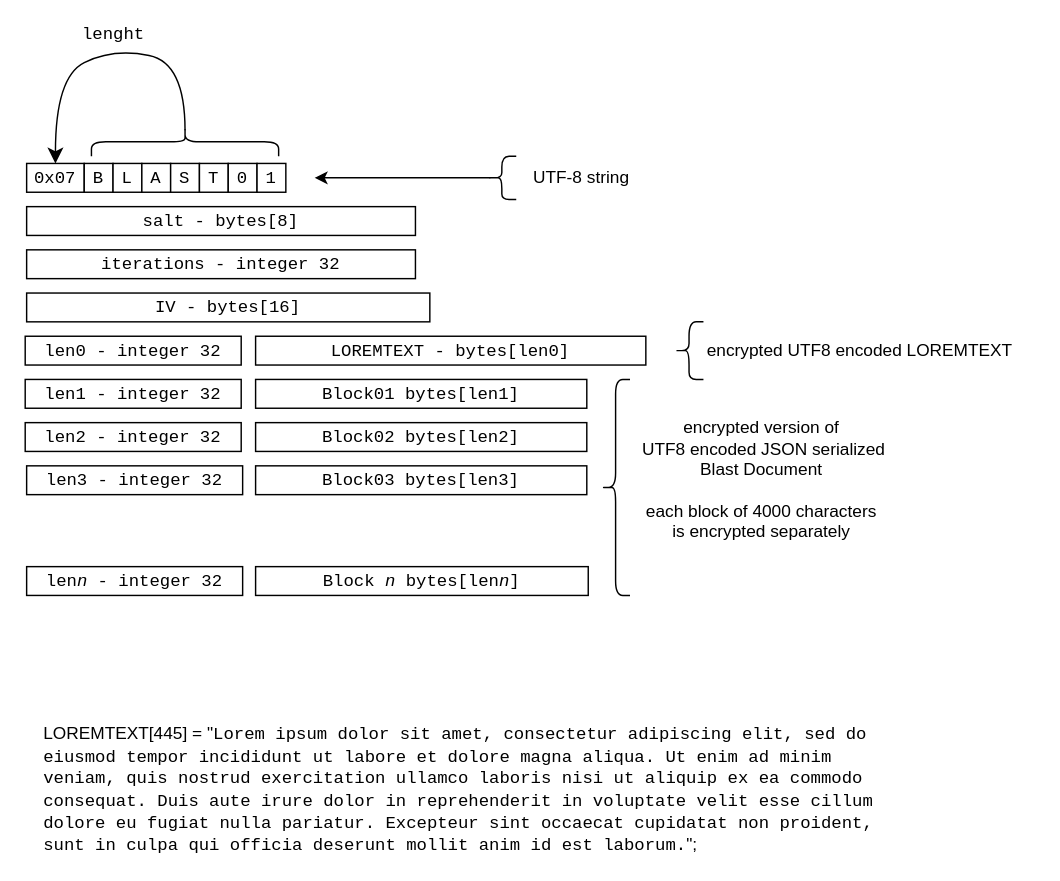
Earlier version of the draw.io diagram docs/blast-file-format.drawio (nicolgit/blast). Source tidied: cells renumbered, new cells numbered last; positions are measured from the earlier drawing's top-left corner, leaving out a move shared by most shapes. Both pictures are drawn from the tidied source at 144%, with x=0, y=0 at pixel (24, 48).
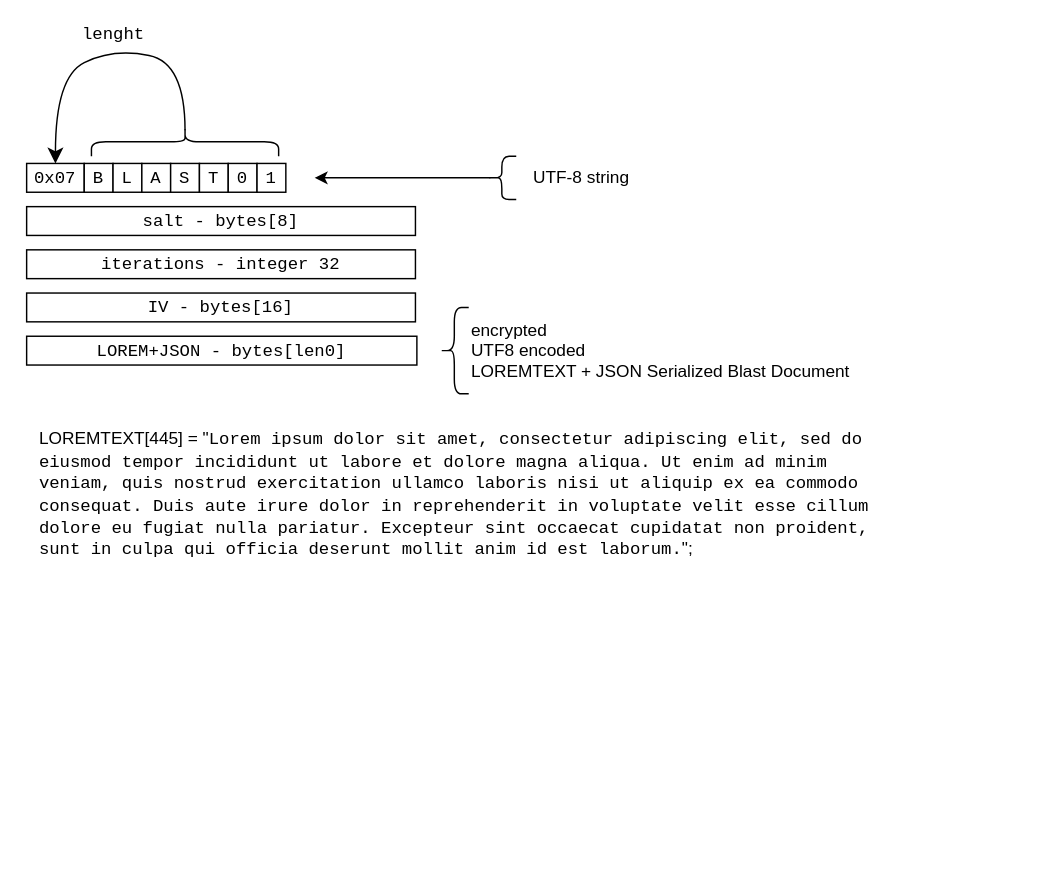
The same diagram, later.

Commit message (it also covers changes not shown here):
encode/decode blast file ok

Change to the diagram source:
```diff
@@
     <mxCell id="5" value="&lt;font face=&quot;Courier New&quot;&gt;IV - bytes[16]&lt;/font&gt;" style="rounded=0;whiteSpace=wrap;html=1;" parent="1" vertex="1">
-      <mxGeometry x="1" y="170" width="280" height="20" as="geometry" />
+      <mxGeometry x="1" y="170" width="270" height="20" as="geometry" />
     </mxCell>
-    <mxCell id="6" value="&lt;font face=&quot;Courier New&quot;&gt;LOREMTEXT - bytes[len0]&lt;/font&gt;" style="rounded=0;whiteSpace=wrap;html=1;align=center;" parent="1" vertex="1">
-      <mxGeometry x="160" y="200" width="271" height="20" as="geometry" />
+    <mxCell id="6" value="&lt;font face=&quot;Courier New&quot;&gt;LOREM+JSON - bytes[len0]&lt;/font&gt;" style="rounded=0;whiteSpace=wrap;html=1;align=center;" parent="1" vertex="1">
+      <mxGeometry x="1" y="200" width="271" height="20" as="geometry" />
     </mxCell>
-    <mxCell id="7" value="&lt;br&gt;" style="shape=curlyBracket;whiteSpace=wrap;html=1;rounded=1;labelPosition=right;verticalLabelPosition=middle;align=left;verticalAlign=middle;size=0.5;" parent="1" vertex="1">
-      <mxGeometry x="451" y="190" width="20" height="40" as="geometry" />
+    <mxCell id="7" style="shape=curlyBracket;whiteSpace=wrap;html=1;rounded=1;labelPosition=right;verticalLabelPosition=middle;align=left;verticalAlign=middle;size=0.5;" parent="1" vertex="1">
+      <mxGeometry x="288" y="180" width="20" height="60" as="geometry" />
     </mxCell>
-    <mxCell id="8" value="encrypted UTF8 encoded LOREMTEXT&amp;nbsp;" style="text;html=1;align=center;verticalAlign=middle;strokeColor=none;fillColor=none;" parent="1" vertex="1">
-      <mxGeometry x="461" y="195" width="240" height="30" as="geometry" />
+    <mxCell id="8" value="encrypted &lt;br&gt;UTF8 encoded &lt;br&gt;&lt;div style=&quot;&quot;&gt;&lt;span style=&quot;background-color: initial;&quot;&gt;LOREMTEXT + JSON Serialized Blast Document&lt;/span&gt;&lt;/div&gt;" style="text;html=1;align=left;verticalAlign=middle;strokeColor=none;fillColor=none;" parent="1" vertex="1">
+      <mxGeometry x="308" y="180" width="290" height="60" as="geometry" />
     </mxCell>
-    <mxCell id="9" value="&lt;font face=&quot;Courier New&quot;&gt;Block01 bytes[len1]&lt;/font&gt;" style="rounded=0;whiteSpace=wrap;html=1;" parent="1" vertex="1">
-      <mxGeometry x="160" y="230" width="230" height="20" as="geometry" />
-    </mxCell>
-    <mxCell id="10" value="&lt;font face=&quot;Courier New&quot;&gt;Block02 bytes[len2]&lt;/font&gt;" style="rounded=0;whiteSpace=wrap;html=1;" parent="1" vertex="1">
-      <mxGeometry x="160" y="260" width="230" height="20" as="geometry" />
-    </mxCell>
-    <mxCell id="11" value="&lt;font face=&quot;Courier New&quot;&gt;Block03 bytes[len3]&lt;/font&gt;" style="rounded=0;whiteSpace=wrap;html=1;" parent="1" vertex="1">
-      <mxGeometry x="160" y="290" width="230" height="20" as="geometry" />
-    </mxCell>
-    <mxCell id="12" value="&lt;font face=&quot;Courier New&quot;&gt;Block &lt;i&gt;n&lt;/i&gt; bytes[len&lt;i&gt;n&lt;/i&gt;]&lt;/font&gt;" style="rounded=0;whiteSpace=wrap;html=1;" parent="1" vertex="1">
-      <mxGeometry x="160" y="360" width="231" height="20" as="geometry" />
-    </mxCell>
-    <mxCell id="13" value="&lt;br&gt;" style="shape=curlyBracket;whiteSpace=wrap;html=1;rounded=1;labelPosition=right;verticalLabelPosition=middle;align=left;verticalAlign=middle;size=0.5;" parent="1" vertex="1">
-      <mxGeometry x="400" y="230" width="20" height="150" as="geometry" />
-    </mxCell>
-    <mxCell id="14" value="encrypted version of&lt;br&gt;&amp;nbsp;UTF8 encoded JSON serialized&lt;br&gt;Blast Document&lt;br&gt;&lt;br&gt;each block of 4000 characters&lt;br&gt;is encrypted separately" style="text;html=1;align=center;verticalAlign=middle;strokeColor=none;fillColor=none;" parent="1" vertex="1">
-      <mxGeometry x="411" y="250" width="200" height="100" as="geometry" />
-    </mxCell>
     <mxCell id="15" value="LOREMTEXT[445] = &quot;&lt;font face=&quot;Courier New&quot;&gt;Lorem ipsum dolor sit amet, consectetur adipiscing elit, sed do eiusmod tempor incididunt ut labore et dolore magna aliqua. Ut enim ad minim veniam, quis nostrud exercitation ullamco laboris nisi ut aliquip ex ea commodo consequat. Duis aute irure dolor in reprehenderit in voluptate velit esse cillum dolore eu fugiat nulla pariatur. Excepteur sint occaecat cupidatat non proident, sunt in culpa qui officia deserunt mollit anim id est laborum.&lt;/font&gt;&quot;;" style="text;html=1;strokeColor=none;fillColor=none;align=left;verticalAlign=middle;whiteSpace=wrap;rounded=0;" parent="1" vertex="1">
-      <mxGeometry x="11" y="500" width="580" height="30" as="geometry" />
+      <mxGeometry x="8" y="250" width="580" height="120" as="geometry" />
     </mxCell>
@@
-    <mxCell id="18" value="&lt;font face=&quot;Courier New&quot;&gt;len0 - integer 32&lt;/font&gt;" style="rounded=0;whiteSpace=wrap;html=1;align=center;" parent="1" vertex="1">
-      <mxGeometry y="200" width="150" height="20" as="geometry" />
-    </mxCell>
-    <mxCell id="19" value="&lt;font face=&quot;Courier New&quot;&gt;len1 - integer 32&lt;/font&gt;" style="rounded=0;whiteSpace=wrap;html=1;align=center;" parent="1" vertex="1">
-      <mxGeometry y="230" width="150" height="20" as="geometry" />
-    </mxCell>
-    <mxCell id="20" value="&lt;font face=&quot;Courier New&quot;&gt;len2 - integer 32&lt;/font&gt;" style="rounded=0;whiteSpace=wrap;html=1;align=center;" parent="1" vertex="1">
-      <mxGeometry y="260" width="150" height="20" as="geometry" />
-    </mxCell>
-    <mxCell id="21" value="&lt;font face=&quot;Courier New&quot;&gt;len3 - integer 32&lt;/font&gt;" style="rounded=0;whiteSpace=wrap;html=1;align=center;" parent="1" vertex="1">
-      <mxGeometry x="1" y="290" width="150" height="20" as="geometry" />
-    </mxCell>
-    <mxCell id="22" value="&lt;font face=&quot;Courier New&quot;&gt;len&lt;i&gt;n&lt;/i&gt; - integer 32&lt;/font&gt;" style="rounded=0;whiteSpace=wrap;html=1;align=center;" parent="1" vertex="1">
-      <mxGeometry x="1" y="360" width="150" height="20" as="geometry" />
-    </mxCell>
```
